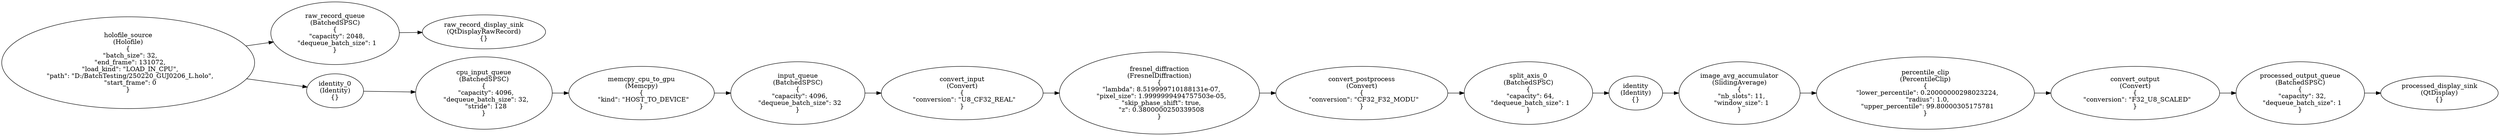
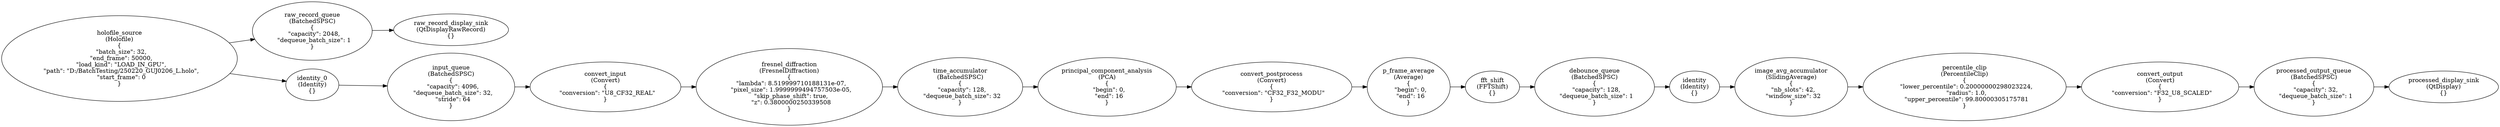
digraph G {
rankdir=LR;
0[label="holofile_source\n(Holofile)\n{
  \"batch_size\": 32,
-   \"end_frame\": 131072,
-   \"load_kind\": \"LOAD_IN_CPU\",
+   \"end_frame\": 50000,
+   \"load_kind\": \"LOAD_IN_GPU\",
  \"path\": \"D:/BatchTesting/250220_GUJ0206_L.holo\",
  \"start_frame\": 0
}"];
1[label="raw_record_queue\n(BatchedSPSC)\n{
  \"capacity\": 2048,
  \"dequeue_batch_size\": 1
}"];
2[label="raw_record_display_sink\n(QtDisplayRawRecord)\n{}"];
3[label="identity_0\n(Identity)\n{}"];
- 4[label="cpu_input_queue\n(BatchedSPSC)\n{
+ 4[label="input_queue\n(BatchedSPSC)\n{
  \"capacity\": 4096,
  \"dequeue_batch_size\": 32,
-   \"stride\": 128
+   \"stride\": 64
}"];
- 5[label="memcpy_cpu_to_gpu\n(Memcpy)\n{
-   \"kind\": \"HOST_TO_DEVICE\"
- }"];
- 6[label="input_queue\n(BatchedSPSC)\n{
-   \"capacity\": 4096,
-   \"dequeue_batch_size\": 32
- }"];
- 7[label="convert_input\n(Convert)\n{
+ 5[label="convert_input\n(Convert)\n{
  \"conversion\": \"U8_CF32_REAL\"
}"];
- 8[label="fresnel_diffraction\n(FresnelDiffraction)\n{
+ 6[label="fresnel_diffraction\n(FresnelDiffraction)\n{
  \"lambda\": 8.519999710188131e-07,
  \"pixel_size\": 1.9999999494757503e-05,
  \"skip_phase_shift\": true,
  \"z\": 0.3800000250339508
}"];
+ 7[label="time_accumulator\n(BatchedSPSC)\n{
+   \"capacity\": 128,
+   \"dequeue_batch_size\": 32
+ }"];
+ 8[label="principal_component_analysis\n(PCA)\n{
+   \"begin\": 0,
+   \"end\": 16
+ }"];
9[label="convert_postprocess\n(Convert)\n{
  \"conversion\": \"CF32_F32_MODU\"
}"];
- 10[label="split_axis_0\n(BatchedSPSC)\n{
-   \"capacity\": 64,
+ 10[label="p_frame_average\n(Average)\n{
+   \"begin\": 0,
+   \"end\": 16
+ }"];
+ 11[label="fft_shift\n(FFTShift)\n{}"];
+ 12[label="debounce_queue\n(BatchedSPSC)\n{
+   \"capacity\": 128,
  \"dequeue_batch_size\": 1
}"];
- 11[label="identity\n(Identity)\n{}"];
- 12[label="image_avg_accumulator\n(SlidingAverage)\n{
-   \"nb_slots\": 11,
-   \"window_size\": 1
+ 13[label="identity\n(Identity)\n{}"];
+ 14[label="image_avg_accumulator\n(SlidingAverage)\n{
+   \"nb_slots\": 42,
+   \"window_size\": 32
}"];
- 13[label="percentile_clip\n(PercentileClip)\n{
+ 15[label="percentile_clip\n(PercentileClip)\n{
  \"lower_percentile\": 0.20000000298023224,
  \"radius\": 1.0,
  \"upper_percentile\": 99.80000305175781
}"];
- 14[label="convert_output\n(Convert)\n{
+ 16[label="convert_output\n(Convert)\n{
  \"conversion\": \"F32_U8_SCALED\"
}"];
- 15[label="processed_output_queue\n(BatchedSPSC)\n{
+ 17[label="processed_output_queue\n(BatchedSPSC)\n{
  \"capacity\": 32,
  \"dequeue_batch_size\": 1
}"];
- 16[label="processed_display_sink\n(QtDisplay)\n{}"];
+ 18[label="processed_display_sink\n(QtDisplay)\n{}"];
0->1 ;
0->3 ;
1->2 ;
3->4 ;
4->5 ;
5->6 ;
6->7 ;
7->8 ;
8->9 ;
9->10 ;
10->11 ;
11->12 ;
12->13 ;
13->14 ;
14->15 ;
15->16 ;
+ 16->17 ;
+ 17->18 ;
}
